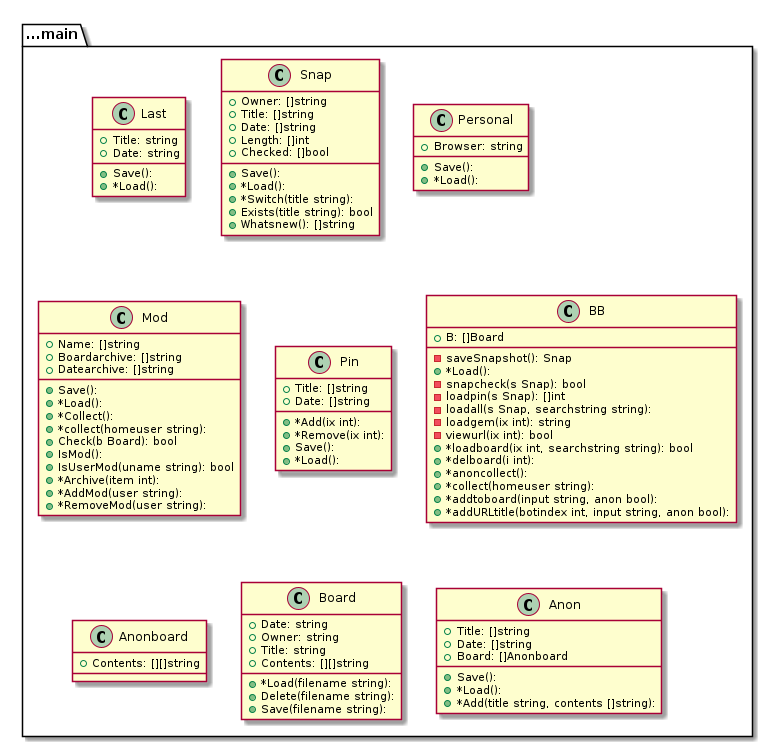
Earlier version of the PlantUML export graph.png (tbal999/bb).
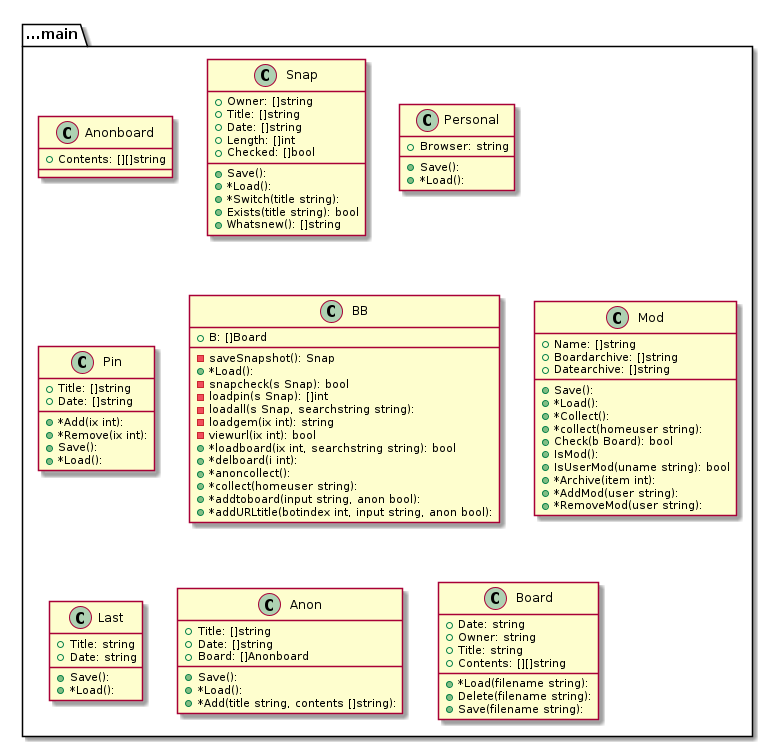
After the commit.

What changed in the source:
```diff
@@ -1,10 +1,8 @@
 @startuml
 package ...main{
-class Last {
-+Title: string
-+Date: string
-+Save():
-+*Load():
+class Anonboard {
++Contents: [][]string
+
 }
 }
 package ...main{
@@ -26,23 +24,6 @@
 +Browser: string
 +Save():
 +*Load():
-}
-}
-package ...main{
-class Mod {
-+Name: []string
-+Boardarchive: []string
-+Datearchive: []string
-+Save():
-+*Load():
-+*Collect():
-+*collect(homeuser string):
-+Check(b Board): bool
-+IsMod():
-+IsUserMod(uname string): bool
-+*Archive(item int):
-+*AddMod(user string):
-+*RemoveMod(user string):
 }
 }
 package ...main{
@@ -74,9 +55,38 @@
 }
 }
 package ...main{
-class Anonboard {
-+Contents: [][]string
-
+class Mod {
++Name: []string
++Boardarchive: []string
++Datearchive: []string
++Save():
++*Load():
++*Collect():
++*collect(homeuser string):
++Check(b Board): bool
++IsMod():
++IsUserMod(uname string): bool
++*Archive(item int):
++*AddMod(user string):
++*RemoveMod(user string):
+}
+}
+package ...main{
+class Last {
++Title: string
++Date: string
++Save():
++*Load():
+}
+}
+package ...main{
+class Anon {
++Title: []string
++Date: []string
++Board: []Anonboard
++Save():
++*Load():
++*Add(title string, contents []string):
 }
 }
 package ...main{
@@ -90,15 +100,5 @@
 +Save(filename string):
 }
 }
-package ...main{
-class Anon {
-+Title: []string
-+Date: []string
-+Board: []Anonboard
-+Save():
-+*Load():
-+*Add(title string, contents []string):
-}
-}
 
 @enduml
```
